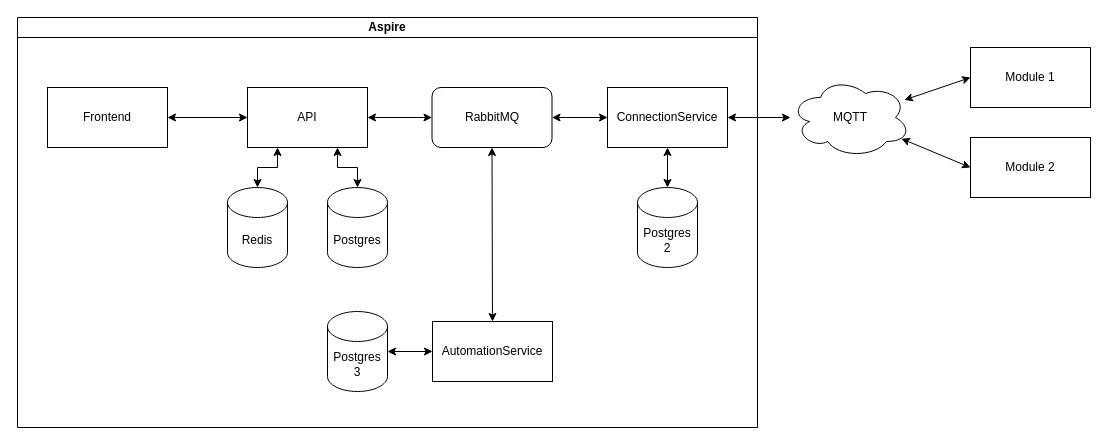
This is docs/planning/Architecture.drawio from S-Mitterlehner/smart-garden, a draw.io file, before an edit. Source tidied: cells renumbered, new cells numbered last; positions are measured from the earlier drawing's top-left corner, leaving out a move shared by most shapes. Both pictures are drawn from the tidied source at 100%, with x=0, y=0 at pixel (17, 17).
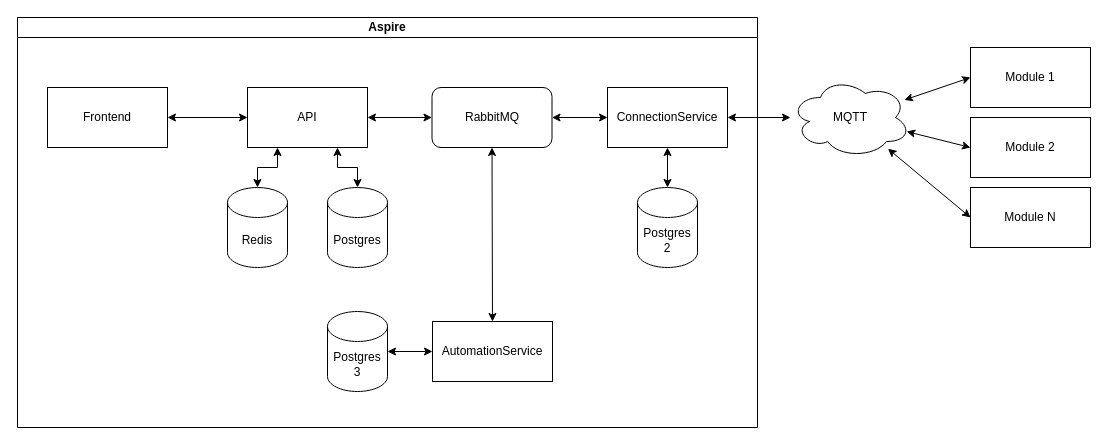
After the change.

The change refers to these unchanged cells:
```xml
<mxCell id="7" value="MQTT" style="ellipse;shape=cloud;whiteSpace=wrap;html=1;" parent="1" vertex="1">
  <mxGeometry x="773" y="60" width="120" height="80" as="geometry" />
</mxCell>
```

Change to the diagram source:
```diff
@@
     <mxCell id="4" value="Module 2" style="rounded=0;whiteSpace=wrap;html=1;" parent="1" vertex="1">
-      <mxGeometry x="953" y="120" width="120" height="60" as="geometry" />
+      <mxGeometry x="953" y="100" width="120" height="60" as="geometry" />
     </mxCell>
@@
+    <mxCell id="26" value="Module N" style="rounded=0;whiteSpace=wrap;html=1;" parent="1" vertex="1">
+      <mxGeometry x="953" y="170" width="120" height="60" as="geometry" />
+    </mxCell>
+    <mxCell id="27" style="rounded=0;jettySize=auto;html=1;entryX=0;entryY=0.5;entryDx=0;entryDy=0;startArrow=classic;startFill=1;" parent="1" edge="1" source="7" target="26">
+      <mxGeometry relative="1" as="geometry" />
+    </mxCell>
```
